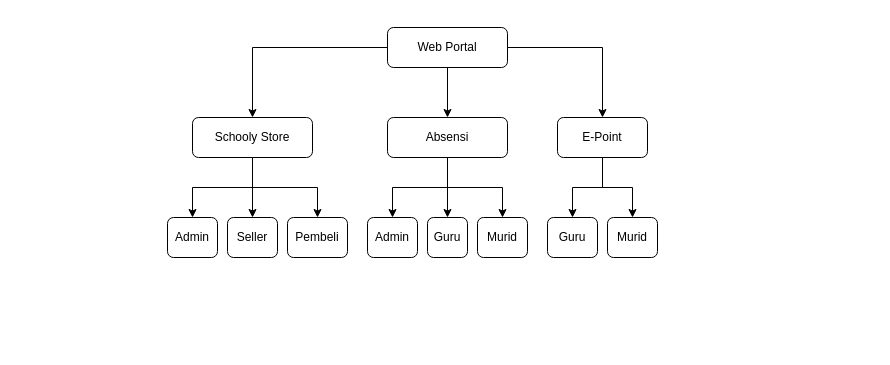
Above: Diagram Alur Kerja.drawio in Bilnapis/chartschooly (draw.io), before the change. Source tidied: cells renumbered, new cells numbered last; positions are measured from the earlier drawing's top-left corner, leaving out a move shared by most shapes. Both pictures are drawn from the tidied source at 100%, with x=0, y=0 at pixel (167, 27).
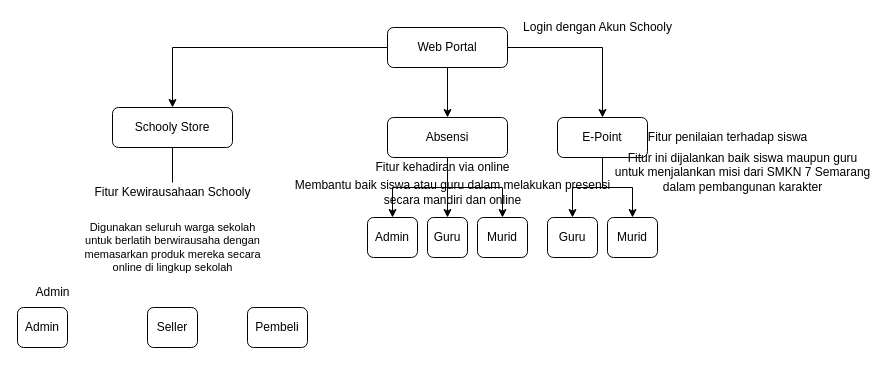
Above is the later version.

Commit message:
Menambahkan keterangan pada diagram.drawio

Diff of the diagram source:
```diff
@@
-    <mxCell id="6" style="edgeStyle=orthogonalEdgeStyle;rounded=0;jettySize=auto;html=1;exitX=0.5;exitY=1;exitDx=0;exitDy=0;entryX=0.5;entryY=0;entryDx=0;entryDy=0;" parent="1" edge="1" source="9" target="17">
-      <mxGeometry relative="1" as="geometry" />
-    </mxCell>
-    <mxCell id="7" style="edgeStyle=orthogonalEdgeStyle;rounded=0;jettySize=auto;html=1;exitX=0.5;exitY=1;exitDx=0;exitDy=0;entryX=0.5;entryY=0;entryDx=0;entryDy=0;" parent="1" edge="1" source="9" target="18">
-      <mxGeometry relative="1" as="geometry" />
-    </mxCell>
-    <mxCell id="8" style="edgeStyle=orthogonalEdgeStyle;rounded=0;jettySize=auto;html=1;exitX=0.5;exitY=1;exitDx=0;exitDy=0;" parent="1" edge="1" source="9" target="19">
-      <mxGeometry relative="1" as="geometry" />
-    </mxCell>
     <mxCell id="9" value="Schooly Store" style="rounded=1;whiteSpace=wrap;html=1;fontSize=12;glass=0;strokeWidth=1;shadow=0;" parent="1" vertex="1">
-      <mxGeometry x="25" y="90" width="120" height="40" as="geometry" />
+      <mxGeometry x="-55" y="80" width="120" height="40" as="geometry" />
     </mxCell>
@@
     <mxCell id="17" value="Seller" style="rounded=1;whiteSpace=wrap;html=1;fontSize=12;glass=0;strokeWidth=1;shadow=0;" parent="1" vertex="1">
-      <mxGeometry x="60" y="190" width="50" height="40" as="geometry" />
+      <mxGeometry x="-20" y="280" width="50" height="40" as="geometry" />
     </mxCell>
     <mxCell id="18" value="Pembeli" style="rounded=1;whiteSpace=wrap;html=1;fontSize=12;glass=0;strokeWidth=1;shadow=0;" parent="1" vertex="1">
-      <mxGeometry x="120" y="190" width="60" height="40" as="geometry" />
+      <mxGeometry x="80" y="280" width="60" height="40" as="geometry" />
     </mxCell>
     <mxCell id="19" value="Admin" style="rounded=1;whiteSpace=wrap;html=1;fontSize=12;glass=0;strokeWidth=1;shadow=0;" parent="1" vertex="1">
-      <mxGeometry y="190" width="50" height="40" as="geometry" />
+      <mxGeometry x="-150" y="280" width="50" height="40" as="geometry" />
     </mxCell>
@@
+    <mxCell id="25" value="Login dengan Akun Schooly " style="text;html=1;align=center;verticalAlign=middle;strokeColor=none;" parent="1" vertex="1">
+      <mxGeometry x="350" y="-10" width="160" height="20" as="geometry" />
+    </mxCell>
+    <mxCell id="26" value="Fitur Kewirausahaan Schooly" style="text;html=1;align=center;verticalAlign=middle;points=[];strokeColor=none;" parent="1" vertex="1">
+      <mxGeometry x="-80" y="155" width="170" height="20" as="geometry" />
+    </mxCell>
+    <mxCell id="27" value="Fitur kehadiran via online" style="text;html=1;align=center;verticalAlign=middle;strokeColor=none;" parent="1" vertex="1">
+      <mxGeometry x="205" y="130" width="140" height="20" as="geometry" />
+    </mxCell>
+    <mxCell id="28" value="Fitur penilaian terhadap siswa" style="text;html=1;align=center;verticalAlign=middle;strokeColor=none;" parent="1" vertex="1">
+      <mxGeometry x="475" y="100" width="170" height="20" as="geometry" />
+    </mxCell>
+    <mxCell id="29" value="&lt;div&gt;Fitur ini dijalankan baik siswa maupun guru&lt;/div&gt;&lt;div&gt;untuk menjalankan misi dari SMKN 7 Semarang &lt;br&gt;&lt;/div&gt;&lt;div&gt;dalam pembangunan karakter&lt;br&gt;&lt;/div&gt;" style="text;html=1;align=center;verticalAlign=middle;strokeColor=none;" parent="1" vertex="1">
+      <mxGeometry x="445" y="120" width="260" height="50" as="geometry" />
+    </mxCell>
+    <mxCell id="30" value="&lt;div&gt;Membantu baik siswa atau guru dalam melakukan presensi&lt;/div&gt;&lt;div&gt;secara mandiri dan online&lt;br&gt;&lt;/div&gt;" style="text;html=1;align=center;verticalAlign=middle;strokeColor=none;" parent="1" vertex="1">
+      <mxGeometry x="125" y="150" width="320" height="30" as="geometry" />
+    </mxCell>
+    <mxCell id="31" value="&lt;div style=&quot;font-size: 11px&quot;&gt;&lt;font style=&quot;font-size: 11px&quot;&gt;Digunakan seluruh warga sekolah &lt;br&gt;&lt;/font&gt;&lt;/div&gt;&lt;div style=&quot;font-size: 11px&quot;&gt;&lt;font style=&quot;font-size: 11px&quot;&gt;untuk berlatih berwirausaha dengan &lt;br&gt;&lt;/font&gt;&lt;/div&gt;&lt;div style=&quot;font-size: 11px&quot;&gt;&lt;font style=&quot;font-size: 11px&quot;&gt;memasarkan produk mereka secara &lt;br&gt;&lt;/font&gt;&lt;/div&gt;&lt;div style=&quot;font-size: 11px&quot;&gt;&lt;font style=&quot;font-size: 11px&quot;&gt;online di lingkup sekolah&lt;br&gt;&lt;/font&gt;&lt;/div&gt;" style="text;html=1;align=center;verticalAlign=middle;strokeColor=none;" parent="1" vertex="1">
+      <mxGeometry x="-95" y="190" width="200" height="60" as="geometry" />
+    </mxCell>
+    <mxCell id="32" value="Admin" style="text;html=1;align=center;verticalAlign=middle;strokeColor=none;" parent="1" vertex="1">
+      <mxGeometry x="-140" y="255" width="50" height="20" as="geometry" />
+    </mxCell>
+    <mxCell id="33" style="endArrow=none;html=1;strokeColor=#000000;entryX=0.5;entryY=1;entryDx=0;entryDy=0;" parent="1" edge="1" source="26" target="9">
+      <mxGeometry relative="1" as="geometry" />
+    </mxCell>
```
